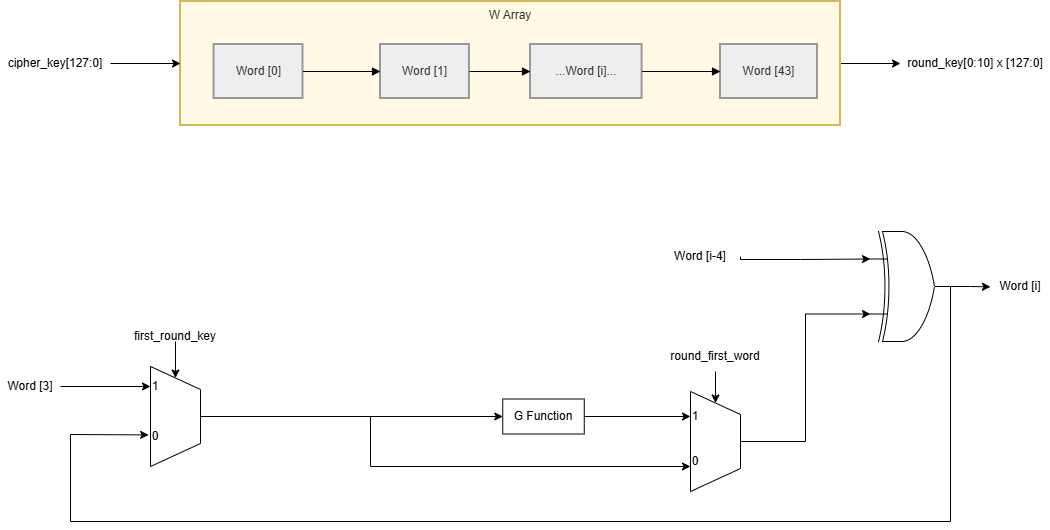
Above: media/AESKeyExpansionLowDes.png in LQLManZz/AES128-Verilog (draw.io), before the change. Source tidied: cells renumbered, new cells last; positions are measured from the earlier drawing's top-left corner, leaving out a move shared by most shapes.
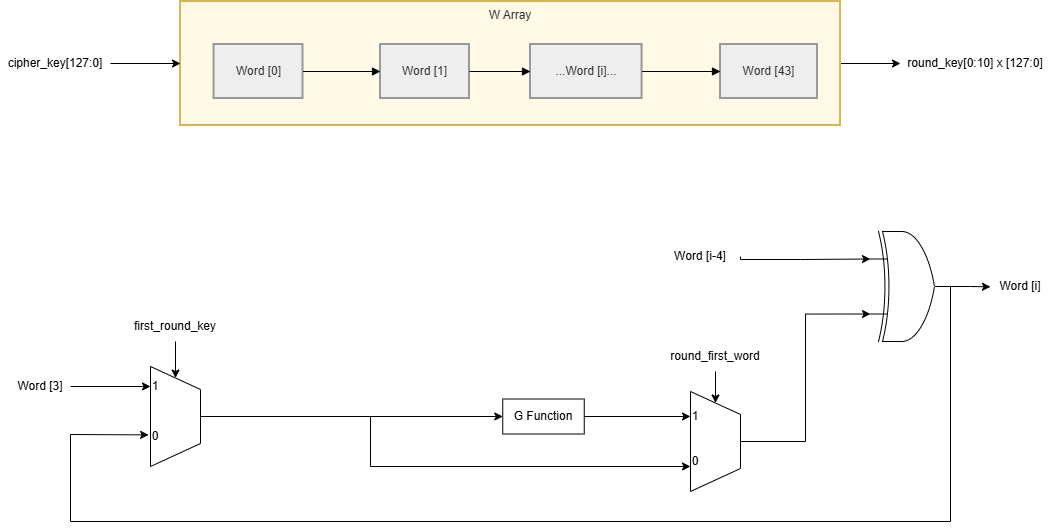
Above is the later version.

Change to the diagram source:
```diff
@@ -47,7 +47,7 @@
       <mxGeometry relative="1" as="geometry" />
     </mxCell>
     <mxCell id="15" value="Word [3]" style="text;html=1;whiteSpace=wrap;strokeColor=none;fillColor=none;align=center;verticalAlign=middle;rounded=0;" parent="1" vertex="1">
-      <mxGeometry y="370" width="60" height="30" as="geometry" />
+      <mxGeometry x="10" y="370" width="60" height="30" as="geometry" />
     </mxCell>
     <mxCell id="16" style="edgeStyle=orthogonalEdgeStyle;rounded=0;jettySize=auto;html=1;exitX=1;exitY=0.5;exitDx=0;exitDy=0;entryX=0.75;entryY=1;entryDx=0;entryDy=0;" parent="1" edge="1" source="17" target="18">
       <mxGeometry relative="1" as="geometry" />
@@ -89,13 +89,11 @@
         </Array>
       </mxGeometry>
     </mxCell>
-    <mxCell id="25" style="edgeStyle=orthogonalEdgeStyle;rounded=0;jettySize=auto;html=1;exitX=0.5;exitY=1;exitDx=0;exitDy=0;" parent="1" edge="1" target="13">
-      <mxGeometry relative="1" as="geometry">
-        <mxPoint x="175" y="340" as="sourcePoint" />
-      </mxGeometry>
-    </mxCell>
+    <mxCell id="37" style="edgeStyle=orthogonalEdgeStyle;rounded=0;jettySize=auto;html=1;exitX=0.5;exitY=1;exitDx=0;exitDy=0;entryX=1;entryY=0.5;entryDx=0;entryDy=0;" parent="1" edge="1" source="26" target="13">
+      <mxGeometry relative="1" as="geometry" />
+    </mxCell>
     <mxCell id="26" value="first_round_key" style="text;html=1;whiteSpace=wrap;strokeColor=none;fillColor=none;align=center;verticalAlign=middle;rounded=0;" parent="1" vertex="1">
-      <mxGeometry x="145" y="320" width="60" height="30" as="geometry" />
+      <mxGeometry x="145" y="310" width="60" height="30" as="geometry" />
     </mxCell>
     <mxCell id="27" value="1" style="text;html=1;whiteSpace=wrap;strokeColor=none;fillColor=none;align=center;verticalAlign=middle;rounded=0;" parent="1" vertex="1">
       <mxGeometry x="150" y="375" width="10" height="20" as="geometry" />
```
